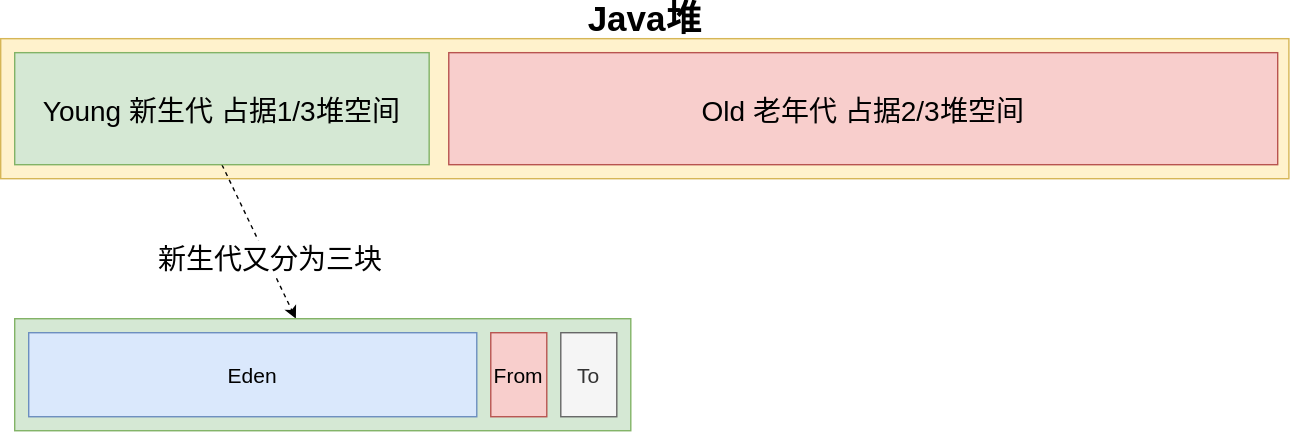
The draw.io diagram Java/JVM/JVM内存模型/Java堆分代结构.drawio.svg in Developer-Tang/notes, before a commit. Source tidied: cells renumbered, new cells last; positions are measured from the earlier drawing's top-left corner, leaving out a move shared by most shapes.
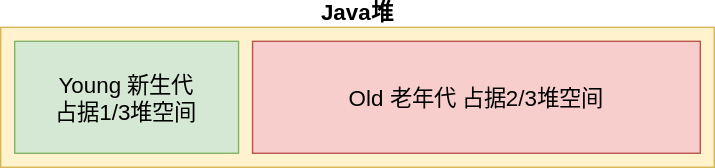
Above is the later version.

The edit, as a diff of the source:
```diff
@@ -2,34 +2,14 @@
   <root>
     <mxCell id="0" />
     <mxCell id="1" parent="0" />
-    <mxCell id="2" value="Java堆" style="fillColor=#fff2cc;strokeColor=#d6b656;verticalAlign=bottom;labelPosition=center;verticalLabelPosition=top;align=center;fontSize=25;fontStyle=1;" parent="1" vertex="1">
-      <mxGeometry width="920" height="100" as="geometry" />
+    <mxCell id="2" value="Java堆" style="fillColor=#fff2cc;strokeColor=#d6b656;verticalAlign=bottom;labelPosition=center;verticalLabelPosition=top;align=center;fontSize=16;fontStyle=1;labelBackgroundColor=none;" parent="1" vertex="1">
+      <mxGeometry width="510" height="100" as="geometry" />
     </mxCell>
-    <mxCell id="3" style="rounded=0;jettySize=auto;exitX=0.5;exitY=1;exitDx=0;exitDy=0;fontSize=25;fontStyle=0;dashed=1;" parent="1" edge="1" source="5" target="7">
-      <mxGeometry relative="1" as="geometry" />
-    </mxCell>
-    <mxCell id="4" value="新生代又分为三块" style="edgeLabel;align=center;verticalAlign=middle;fontSize=20;" parent="3" vertex="1">
-      <mxGeometry x="0.28" y="-1" relative="1" as="geometry">
-        <mxPoint x="1" y="-6" as="offset" />
-      </mxGeometry>
-    </mxCell>
-    <mxCell id="5" value="Young 新生代 占据1/3堆空间" style="rounded=0;fontSize=20;align=center;verticalAlign=middle;fillColor=#d5e8d4;strokeColor=#82b366;" parent="1" vertex="1">
-      <mxGeometry x="10" y="10" width="296" height="80" as="geometry" />
+    <mxCell id="5" value="Young 新生代&#10;占据1/3堆空间" style="rounded=0;fontSize=16;align=center;verticalAlign=middle;fillColor=#d5e8d4;strokeColor=#82b366;labelBackgroundColor=none;fontStyle=0;" parent="1" vertex="1">
+      <mxGeometry x="10" y="10" width="160" height="80" as="geometry" />
     </mxCell>
-    <mxCell id="6" value="Old 老年代 占据2/3堆空间" style="rounded=0;fontSize=20;align=center;verticalAlign=middle;fillColor=#f8cecc;strokeColor=#b85450;" parent="1" vertex="1">
-      <mxGeometry x="320" y="10" width="592" height="80" as="geometry" />
+    <mxCell id="6" value="Old 老年代 占据2/3堆空间" style="rounded=0;fontSize=16;align=center;verticalAlign=middle;fillColor=#f8cecc;strokeColor=#b85450;labelBackgroundColor=none;fontStyle=0;" parent="1" vertex="1">
+      <mxGeometry x="180" y="10" width="320" height="80" as="geometry" />
     </mxCell>
-    <mxCell id="7" style="rounded=0;fontSize=15;align=center;verticalAlign=middle;fillColor=#d5e8d4;strokeColor=#82b366;" parent="1" vertex="1">
-      <mxGeometry x="10" y="200" width="440" height="80" as="geometry" />
-    </mxCell>
-    <mxCell id="8" value="Eden" style="fontSize=15;align=center;verticalAlign=middle;fillColor=#dae8fc;strokeColor=#6c8ebf;" parent="1" vertex="1">
-      <mxGeometry x="20" y="210" width="320" height="60" as="geometry" />
-    </mxCell>
-    <mxCell id="9" value="From" style="fontSize=15;align=center;verticalAlign=middle;fillColor=#f8cecc;strokeColor=#b85450;" parent="1" vertex="1">
-      <mxGeometry x="350" y="210" width="40" height="60" as="geometry" />
-    </mxCell>
-    <mxCell id="10" value="To" style="fontSize=15;align=center;verticalAlign=middle;fillColor=#f5f5f5;strokeColor=#666666;fontColor=#333333;" parent="1" vertex="1">
-      <mxGeometry x="400" y="210" width="40" height="60" as="geometry" />
-    </mxCell>
   </root>
 </mxGraphModel>
```
